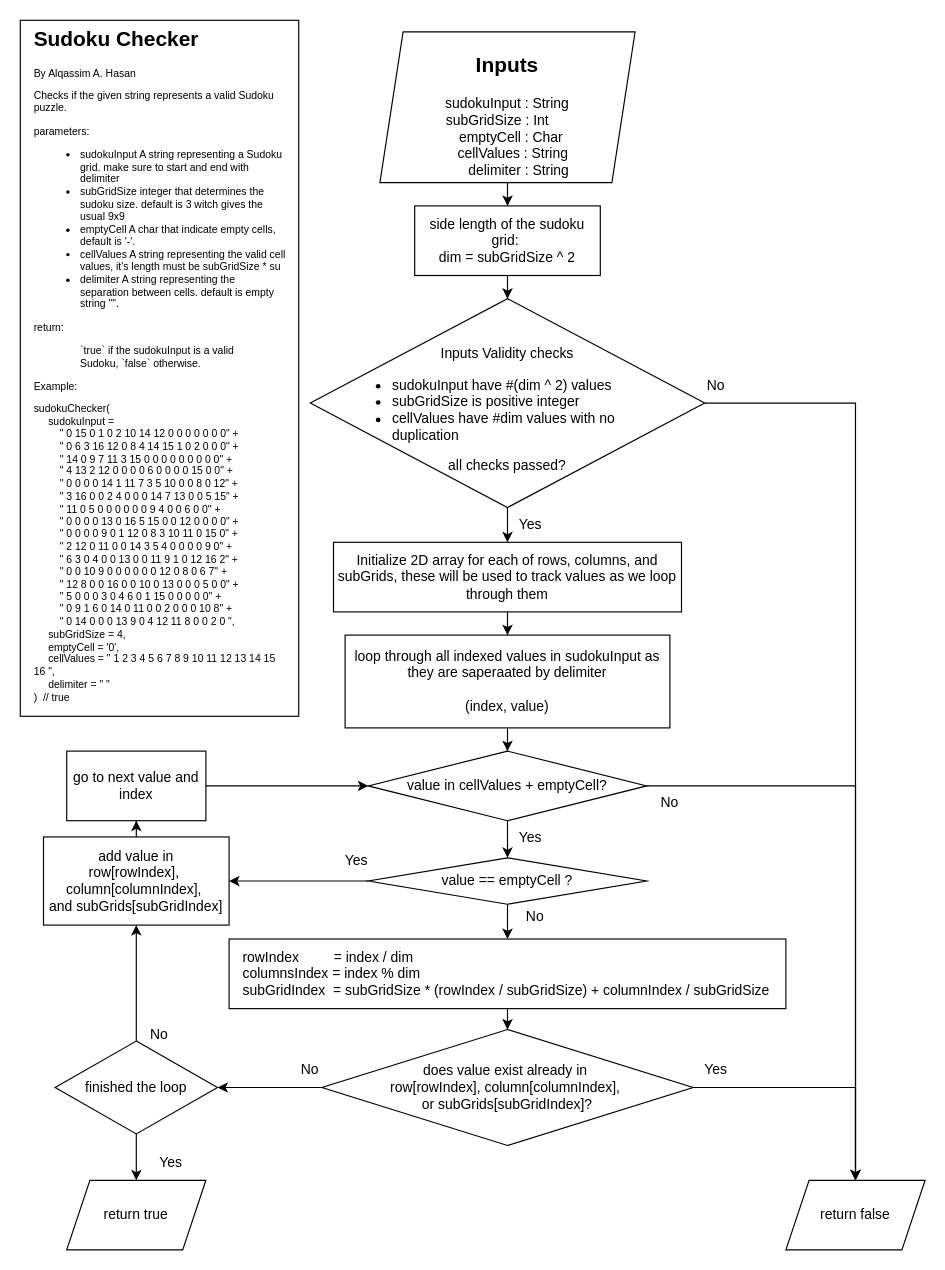
Above: src/tasks/sudokuChecker/sudokuChecker.drawio in Al-Qassim/TheChance2025 (draw.io), before the change. Source tidied: cells renumbered, new cells numbered last; positions are measured from the earlier drawing's top-left corner, leaving out a move shared by most shapes. Both pictures are drawn from the tidied source at 116%, with x=0, y=0 at pixel (20, 20).
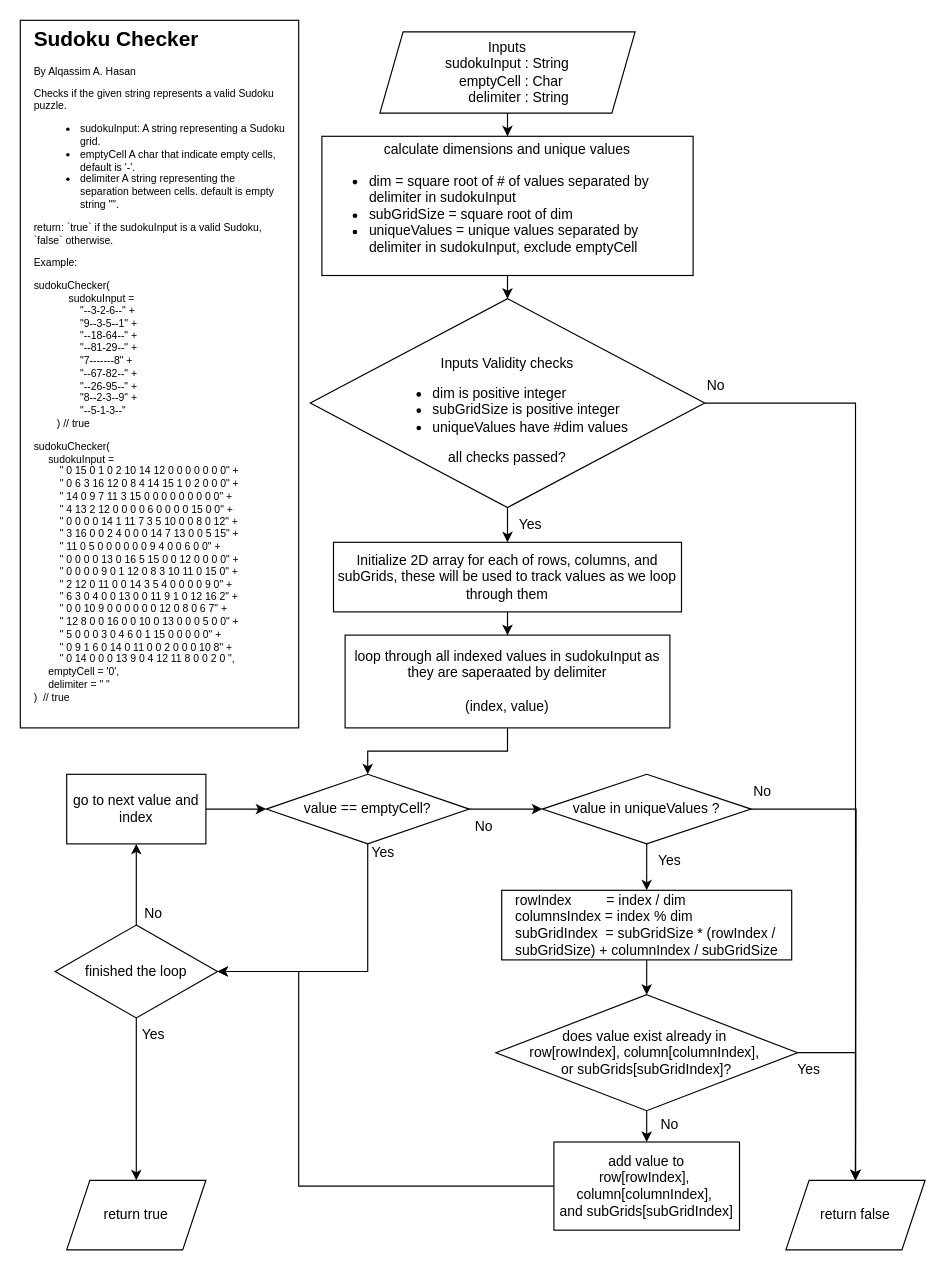
Above is the later version.

Commit message (it also covers changes not shown here):
made sudokuChecker more dynamic

The change refers to these unchanged cells:
```xml
<mxCell id="10" value="return false" style="shape=parallelogram;perimeter=parallelogramPerimeter;whiteSpace=wrap;html=1;fixedSize=1;" parent="1" vertex="1">
  <mxGeometry x="660" y="1000" width="120" height="60" as="geometry" />
</mxCell>
<mxCell id="42" value="return true" style="shape=parallelogram;perimeter=parallelogramPerimeter;whiteSpace=wrap;html=1;fixedSize=1;" parent="1" vertex="1">
  <mxGeometry x="40" y="1000" width="120" height="60" as="geometry" />
</mxCell>
```

The edit, as a diff of the source:
```diff
@@
-    <mxCell id="3" value="&lt;h2 align=&quot;center&quot;&gt;Inputs&lt;/h2&gt;&lt;div&gt;sudokuInput : String &lt;br&gt;subGridSize : Int&amp;nbsp;&amp;nbsp;&amp;nbsp;&amp;nbsp;&amp;nbsp; &lt;br&gt;&amp;nbsp; emptyCell : Char &lt;br&gt;&amp;nbsp;&amp;nbsp; cellValues : String &lt;br&gt;&amp;nbsp;&amp;nbsp;&amp;nbsp;&amp;nbsp;&amp;nbsp; delimiter : String &lt;br&gt;&lt;/div&gt;" style="shape=parallelogram;perimeter=parallelogramPerimeter;whiteSpace=wrap;html=1;fixedSize=1;" parent="1" vertex="1">
-      <mxGeometry x="310" y="10" width="220" height="130" as="geometry" />
+    <mxCell id="3" value="&lt;div&gt;Inputs&lt;br&gt;sudokuInput : String&lt;br&gt;&amp;nbsp; emptyCell : Char &lt;br&gt;&amp;nbsp;&amp;nbsp;&amp;nbsp;&amp;nbsp;&amp;nbsp; delimiter : String &lt;br&gt;&lt;/div&gt;" style="shape=parallelogram;perimeter=parallelogramPerimeter;whiteSpace=wrap;html=1;fixedSize=1;" parent="1" vertex="1">
+      <mxGeometry x="310" y="10" width="220" height="70" as="geometry" />
     </mxCell>
-    <mxCell id="4" value="&lt;h1 style=&quot;margin-top: 0px;&quot;&gt;Sudoku Checker&lt;/h1&gt;&lt;p&gt;By Alqassim A. Hasan&lt;/p&gt;&lt;p&gt;Checks if the given string represents a valid Sudoku puzzle.&lt;/p&gt;&lt;p&gt;parameters:&amp;nbsp;&lt;/p&gt;&lt;ul&gt;&lt;li&gt;sudokuInput A string representing a Sudoku grid. make sure to start and end with delimiter&lt;/li&gt;&lt;li&gt;subGridSize integer that determines the sudoku size. default is 3 witch gives the usual 9x9 &lt;/li&gt;&lt;li&gt;emptyCell A char that indicate empty cells, default is '-'.&lt;/li&gt;&lt;li&gt;cellValues A string representing the valid cell values, it's length must be subGridSize * su&lt;/li&gt;&lt;li&gt;delimiter A string representing the separation between cells. default is empty string &quot;&quot;.&lt;/li&gt;&lt;/ul&gt;&lt;p&gt;return:&amp;nbsp;&lt;/p&gt;&lt;blockquote&gt;&lt;p&gt;`true` if the sudokuInput is a valid Sudoku, `false` otherwise.&lt;br&gt;&lt;/p&gt;&lt;/blockquote&gt;&lt;p&gt;Example:&lt;/p&gt;&lt;p&gt;sudokuChecker(&lt;br&gt;&amp;nbsp;&amp;nbsp;&amp;nbsp;&amp;nbsp; sudokuInput =&lt;br&gt;&amp;nbsp;&amp;nbsp;&amp;nbsp;&amp;nbsp;&amp;nbsp;&amp;nbsp;&amp;nbsp;&amp;nbsp; &quot; 0 15 0 1 0 2 10 14 12 0 0 0 0 0 0 0&quot; +&lt;br&gt;&amp;nbsp;&amp;nbsp;&amp;nbsp;&amp;nbsp;&amp;nbsp;&amp;nbsp;&amp;nbsp;&amp;nbsp; &quot; 0 6 3 16 12 0 8 4 14 15 1 0 2 0 0 0&quot; +&lt;br&gt;&amp;nbsp;&amp;nbsp;&amp;nbsp;&amp;nbsp;&amp;nbsp;&amp;nbsp;&amp;nbsp;&amp;nbsp; &quot; 14 0 9 7 11 3 15 0 0 0 0 0 0 0 0 0&quot; +&lt;br&gt;&amp;nbsp;&amp;nbsp;&amp;nbsp;&amp;nbsp;&amp;nbsp;&amp;nbsp;&amp;nbsp;&amp;nbsp; &quot; 4 13 2 12 0 0 0 0 6 0 0 0 0 15 0 0&quot; +&lt;br&gt;&amp;nbsp;&amp;nbsp;&amp;nbsp;&amp;nbsp;&amp;nbsp;&amp;nbsp;&amp;nbsp;&amp;nbsp; &quot; 0 0 0 0 14 1 11 7 3 5 10 0 0 8 0 12&quot; +&lt;br&gt;&amp;nbsp;&amp;nbsp;&amp;nbsp;&amp;nbsp;&amp;nbsp;&amp;nbsp;&amp;nbsp;&amp;nbsp; &quot; 3 16 0 0 2 4 0 0 0 14 7 13 0 0 5 15&quot; +&lt;br&gt;&amp;nbsp;&amp;nbsp;&amp;nbsp;&amp;nbsp;&amp;nbsp;&amp;nbsp;&amp;nbsp;&amp;nbsp; &quot; 11 0 5 0 0 0 0 0 0 9 4 0 0 6 0 0&quot; +&lt;br&gt;&amp;nbsp;&amp;nbsp;&amp;nbsp;&amp;nbsp;&amp;nbsp;&amp;nbsp;&amp;nbsp;&amp;nbsp; &quot; 0 0 0 0 13 0 16 5 15 0 0 12 0 0 0 0&quot; +&lt;br&gt;&amp;nbsp;&amp;nbsp;&amp;nbsp;&amp;nbsp;&amp;nbsp;&amp;nbsp;&amp;nbsp;&amp;nbsp; &quot; 0 0 0 0 9 0 1 12 0 8 3 10 11 0 15 0&quot; +&lt;br&gt;&amp;nbsp;&amp;nbsp;&amp;nbsp;&amp;nbsp;&amp;nbsp;&amp;nbsp;&amp;nbsp;&amp;nbsp; &quot; 2 12 0 11 0 0 14 3 5 4 0 0 0 0 9 0&quot; +&lt;br&gt;&amp;nbsp;&amp;nbsp;&amp;nbsp;&amp;nbsp;&amp;nbsp;&amp;nbsp;&amp;nbsp;&amp;nbsp; &quot; 6 3 0 4 0 0 13 0 0 11 9 1 0 12 16 2&quot; +&lt;br&gt;&amp;nbsp;&amp;nbsp;&amp;nbsp;&amp;nbsp;&amp;nbsp;&amp;nbsp;&amp;nbsp;&amp;nbsp; &quot; 0 0 10 9 0 0 0 0 0 0 12 0 8 0 6 7&quot; +&lt;br&gt;&amp;nbsp;&amp;nbsp;&amp;nbsp;&amp;nbsp;&amp;nbsp;&amp;nbsp;&amp;nbsp;&amp;nbsp; &quot; 12 8 0 0 16 0 0 10 0 13 0 0 0 5 0 0&quot; +&lt;br&gt;&amp;nbsp;&amp;nbsp;&amp;nbsp;&amp;nbsp;&amp;nbsp;&amp;nbsp;&amp;nbsp;&amp;nbsp; &quot; 5 0 0 0 3 0 4 6 0 1 15 0 0 0 0 0&quot; +&lt;br&gt;&amp;nbsp;&amp;nbsp;&amp;nbsp;&amp;nbsp;&amp;nbsp;&amp;nbsp;&amp;nbsp;&amp;nbsp; &quot; 0 9 1 6 0 14 0 11 0 0 2 0 0 0 10 8&quot; +&lt;br&gt;&amp;nbsp;&amp;nbsp;&amp;nbsp;&amp;nbsp;&amp;nbsp;&amp;nbsp;&amp;nbsp;&amp;nbsp; &quot; 0 14 0 0 0 13 9 0 4 12 11 8 0 0 2 0 &quot;,&lt;br&gt;&amp;nbsp;&amp;nbsp;&amp;nbsp;&amp;nbsp; subGridSize = 4,&lt;br&gt;&amp;nbsp;&amp;nbsp;&amp;nbsp;&amp;nbsp; emptyCell = '0',&lt;br&gt;&amp;nbsp;&amp;nbsp;&amp;nbsp;&amp;nbsp; cellValues = &quot; 1 2 3 4 5 6 7 8 9 10 11 12 13 14 15 16 &quot;,&lt;br&gt;&amp;nbsp;&amp;nbsp;&amp;nbsp;&amp;nbsp; delimiter = &quot; &quot;&lt;br&gt;)&amp;nbsp; // true&lt;/p&gt;" style="text;html=1;whiteSpace=wrap;overflow=hidden;rounded=0;fillColor=default;strokeColor=default;spacingLeft=10;spacingRight=10;fontSize=9;" parent="1" vertex="1">
-      <mxGeometry width="240" height="600" as="geometry" />
+    <mxCell id="4" value="&lt;h1 style=&quot;margin-top: 0px;&quot;&gt;Sudoku Checker&lt;/h1&gt;&lt;p style=&quot;line-height: 100%;&quot;&gt;By Alqassim A. Hasan&lt;/p&gt;&lt;p&gt;Checks if the given string represents a valid Sudoku puzzle.&lt;/p&gt;&lt;ul&gt;&lt;li&gt;sudokuInput: A string representing a Sudoku grid.&lt;/li&gt;&lt;li&gt;emptyCell A char that indicate empty cells, default is '-'.&lt;/li&gt;&lt;li&gt;delimiter A string representing the separation between cells. default is empty string &quot;&quot;.&lt;/li&gt;&lt;/ul&gt;&lt;p&gt;return: `true` if the sudokuInput is a valid Sudoku, `false` otherwise.&lt;br&gt;&lt;/p&gt;&lt;p&gt;Example:&lt;/p&gt;&lt;p&gt;sudokuChecker(&lt;br&gt;&amp;nbsp;&amp;nbsp;&amp;nbsp;&amp;nbsp;&amp;nbsp;&amp;nbsp;&amp;nbsp;&amp;nbsp;&amp;nbsp;&amp;nbsp;&amp;nbsp; sudokuInput =&lt;br&gt;&amp;nbsp;&amp;nbsp;&amp;nbsp;&amp;nbsp;&amp;nbsp;&amp;nbsp;&amp;nbsp;&amp;nbsp;&amp;nbsp;&amp;nbsp;&amp;nbsp;&amp;nbsp;&amp;nbsp;&amp;nbsp;&amp;nbsp; &quot;--3-2-6--&quot; +&lt;br&gt;&amp;nbsp;&amp;nbsp;&amp;nbsp;&amp;nbsp;&amp;nbsp;&amp;nbsp;&amp;nbsp;&amp;nbsp;&amp;nbsp;&amp;nbsp;&amp;nbsp;&amp;nbsp;&amp;nbsp;&amp;nbsp;&amp;nbsp; &quot;9--3-5--1&quot; +&lt;br&gt;&amp;nbsp;&amp;nbsp;&amp;nbsp;&amp;nbsp;&amp;nbsp;&amp;nbsp;&amp;nbsp;&amp;nbsp;&amp;nbsp;&amp;nbsp;&amp;nbsp;&amp;nbsp;&amp;nbsp;&amp;nbsp;&amp;nbsp; &quot;--18-64--&quot; +&lt;br&gt;&amp;nbsp;&amp;nbsp;&amp;nbsp;&amp;nbsp;&amp;nbsp;&amp;nbsp;&amp;nbsp;&amp;nbsp;&amp;nbsp;&amp;nbsp;&amp;nbsp;&amp;nbsp;&amp;nbsp;&amp;nbsp;&amp;nbsp; &quot;--81-29--&quot; +&lt;br&gt;&amp;nbsp;&amp;nbsp;&amp;nbsp;&amp;nbsp;&amp;nbsp;&amp;nbsp;&amp;nbsp;&amp;nbsp;&amp;nbsp;&amp;nbsp;&amp;nbsp;&amp;nbsp;&amp;nbsp;&amp;nbsp;&amp;nbsp; &quot;7-------8&quot; +&lt;br&gt;&amp;nbsp;&amp;nbsp;&amp;nbsp;&amp;nbsp;&amp;nbsp;&amp;nbsp;&amp;nbsp;&amp;nbsp;&amp;nbsp;&amp;nbsp;&amp;nbsp;&amp;nbsp;&amp;nbsp;&amp;nbsp;&amp;nbsp; &quot;--67-82--&quot; +&lt;br&gt;&amp;nbsp;&amp;nbsp;&amp;nbsp;&amp;nbsp;&amp;nbsp;&amp;nbsp;&amp;nbsp;&amp;nbsp;&amp;nbsp;&amp;nbsp;&amp;nbsp;&amp;nbsp;&amp;nbsp;&amp;nbsp;&amp;nbsp; &quot;--26-95--&quot; +&lt;br&gt;&amp;nbsp;&amp;nbsp;&amp;nbsp;&amp;nbsp;&amp;nbsp;&amp;nbsp;&amp;nbsp;&amp;nbsp;&amp;nbsp;&amp;nbsp;&amp;nbsp;&amp;nbsp;&amp;nbsp;&amp;nbsp;&amp;nbsp; &quot;8--2-3--9&quot; +&lt;br&gt;&amp;nbsp;&amp;nbsp;&amp;nbsp;&amp;nbsp;&amp;nbsp;&amp;nbsp;&amp;nbsp;&amp;nbsp;&amp;nbsp;&amp;nbsp;&amp;nbsp;&amp;nbsp;&amp;nbsp;&amp;nbsp;&amp;nbsp; &quot;--5-1-3--&quot;&lt;br&gt;&amp;nbsp;&amp;nbsp;&amp;nbsp;&amp;nbsp;&amp;nbsp;&amp;nbsp;&amp;nbsp; ) // true&lt;/p&gt;&lt;p&gt;sudokuChecker(&lt;br&gt;&amp;nbsp;&amp;nbsp;&amp;nbsp;&amp;nbsp; sudokuInput =&lt;br&gt;&amp;nbsp;&amp;nbsp;&amp;nbsp;&amp;nbsp;&amp;nbsp;&amp;nbsp;&amp;nbsp;&amp;nbsp; &quot; 0 15 0 1 0 2 10 14 12 0 0 0 0 0 0 0&quot; +&lt;br&gt;&amp;nbsp;&amp;nbsp;&amp;nbsp;&amp;nbsp;&amp;nbsp;&amp;nbsp;&amp;nbsp;&amp;nbsp; &quot; 0 6 3 16 12 0 8 4 14 15 1 0 2 0 0 0&quot; +&lt;br&gt;&amp;nbsp;&amp;nbsp;&amp;nbsp;&amp;nbsp;&amp;nbsp;&amp;nbsp;&amp;nbsp;&amp;nbsp; &quot; 14 0 9 7 11 3 15 0 0 0 0 0 0 0 0 0&quot; +&lt;br&gt;&amp;nbsp;&amp;nbsp;&amp;nbsp;&amp;nbsp;&amp;nbsp;&amp;nbsp;&amp;nbsp;&amp;nbsp; &quot; 4 13 2 12 0 0 0 0 6 0 0 0 0 15 0 0&quot; +&lt;br&gt;&amp;nbsp;&amp;nbsp;&amp;nbsp;&amp;nbsp;&amp;nbsp;&amp;nbsp;&amp;nbsp;&amp;nbsp; &quot; 0 0 0 0 14 1 11 7 3 5 10 0 0 8 0 12&quot; +&lt;br&gt;&amp;nbsp;&amp;nbsp;&amp;nbsp;&amp;nbsp;&amp;nbsp;&amp;nbsp;&amp;nbsp;&amp;nbsp; &quot; 3 16 0 0 2 4 0 0 0 14 7 13 0 0 5 15&quot; +&lt;br&gt;&amp;nbsp;&amp;nbsp;&amp;nbsp;&amp;nbsp;&amp;nbsp;&amp;nbsp;&amp;nbsp;&amp;nbsp; &quot; 11 0 5 0 0 0 0 0 0 9 4 0 0 6 0 0&quot; +&lt;br&gt;&amp;nbsp;&amp;nbsp;&amp;nbsp;&amp;nbsp;&amp;nbsp;&amp;nbsp;&amp;nbsp;&amp;nbsp; &quot; 0 0 0 0 13 0 16 5 15 0 0 12 0 0 0 0&quot; +&lt;br&gt;&amp;nbsp;&amp;nbsp;&amp;nbsp;&amp;nbsp;&amp;nbsp;&amp;nbsp;&amp;nbsp;&amp;nbsp; &quot; 0 0 0 0 9 0 1 12 0 8 3 10 11 0 15 0&quot; +&lt;br&gt;&amp;nbsp;&amp;nbsp;&amp;nbsp;&amp;nbsp;&amp;nbsp;&amp;nbsp;&amp;nbsp;&amp;nbsp; &quot; 2 12 0 11 0 0 14 3 5 4 0 0 0 0 9 0&quot; +&lt;br&gt;&amp;nbsp;&amp;nbsp;&amp;nbsp;&amp;nbsp;&amp;nbsp;&amp;nbsp;&amp;nbsp;&amp;nbsp; &quot; 6 3 0 4 0 0 13 0 0 11 9 1 0 12 16 2&quot; +&lt;br&gt;&amp;nbsp;&amp;nbsp;&amp;nbsp;&amp;nbsp;&amp;nbsp;&amp;nbsp;&amp;nbsp;&amp;nbsp; &quot; 0 0 10 9 0 0 0 0 0 0 12 0 8 0 6 7&quot; +&lt;br&gt;&amp;nbsp;&amp;nbsp;&amp;nbsp;&amp;nbsp;&amp;nbsp;&amp;nbsp;&amp;nbsp;&amp;nbsp; &quot; 12 8 0 0 16 0 0 10 0 13 0 0 0 5 0 0&quot; +&lt;br&gt;&amp;nbsp;&amp;nbsp;&amp;nbsp;&amp;nbsp;&amp;nbsp;&amp;nbsp;&amp;nbsp;&amp;nbsp; &quot; 5 0 0 0 3 0 4 6 0 1 15 0 0 0 0 0&quot; +&lt;br&gt;&amp;nbsp;&amp;nbsp;&amp;nbsp;&amp;nbsp;&amp;nbsp;&amp;nbsp;&amp;nbsp;&amp;nbsp; &quot; 0 9 1 6 0 14 0 11 0 0 2 0 0 0 10 8&quot; +&lt;br&gt;&amp;nbsp;&amp;nbsp;&amp;nbsp;&amp;nbsp;&amp;nbsp;&amp;nbsp;&amp;nbsp;&amp;nbsp; &quot; 0 14 0 0 0 13 9 0 4 12 11 8 0 0 2 0 &quot;,&lt;br&gt;&amp;nbsp;&amp;nbsp;&amp;nbsp;&amp;nbsp; emptyCell = '0',&lt;br&gt;&amp;nbsp;&amp;nbsp;&amp;nbsp;&amp;nbsp; delimiter = &quot; &quot;&lt;br&gt;)&amp;nbsp; // true&lt;/p&gt;" style="text;html=1;whiteSpace=wrap;overflow=hidden;rounded=0;fillColor=default;strokeColor=default;spacingLeft=10;spacingRight=10;fontSize=9;" parent="1" vertex="1">
+      <mxGeometry width="240" height="610" as="geometry" />
     </mxCell>
@@
-    <mxCell id="6" value="&lt;div&gt;side length of the sudoku grid:&amp;nbsp;&lt;/div&gt;&lt;div&gt;dim = subGridSize ^ 2&lt;/div&gt;" style="whiteSpace=wrap;html=1;" parent="1" vertex="1">
-      <mxGeometry x="340" y="160" width="160" height="60" as="geometry" />
+    <mxCell id="6" value="&lt;div&gt;calculate dimensions and unique values &lt;br&gt;&lt;/div&gt;&lt;div align=&quot;left&quot;&gt;&lt;ul&gt;&lt;li&gt;dim = square root of # of values separated by delimiter in sudokuInput&amp;nbsp;&lt;/li&gt;&lt;li&gt;subGridSize = square root of dim&lt;/li&gt;&lt;li&gt;uniqueValues = unique values separated by delimiter in sudokuInput, exclude emptyCell &lt;br&gt;&lt;/li&gt;&lt;/ul&gt;&lt;/div&gt;" style="whiteSpace=wrap;html=1;" parent="1" vertex="1">
+      <mxGeometry x="260" y="100" width="320" height="120" as="geometry" />
     </mxCell>
@@
-    <mxCell id="9" value="&lt;blockquote&gt;Inputs Validity checks&lt;/blockquote&gt;&lt;div align=&quot;left&quot;&gt;&lt;ul&gt;&lt;li&gt;sudokuInput have #(dim ^ 2) values&lt;/li&gt;&lt;li&gt;subGridSize is positive integer&lt;/li&gt;&lt;li&gt;cellValues have #dim values with no duplication &lt;/li&gt;&lt;/ul&gt;&lt;/div&gt;&lt;div&gt;all checks passed?&lt;/div&gt;" style="rhombus;whiteSpace=wrap;html=1;spacingRight=30;spacingLeft=30;" parent="1" vertex="1">
+    <mxCell id="9" value="&lt;blockquote&gt;Inputs Validity checks&lt;/blockquote&gt;&lt;div align=&quot;left&quot;&gt;&lt;ul&gt;&lt;li&gt;dim is positive integer&lt;/li&gt;&lt;li&gt;subGridSize is positive integer&lt;/li&gt;&lt;li&gt;uniqueValues have #dim values &lt;/li&gt;&lt;/ul&gt;&lt;/div&gt;&lt;div&gt;all checks passed?&lt;/div&gt;" style="rhombus;whiteSpace=wrap;html=1;spacingRight=30;spacingLeft=30;" parent="1" vertex="1">
       <mxGeometry x="250" y="240" width="340" height="180" as="geometry" />
     </mxCell>
@@
     <mxCell id="18" value="&lt;div&gt;rowIndex&amp;nbsp;&amp;nbsp;&amp;nbsp;&amp;nbsp;&amp;nbsp;&amp;nbsp;&amp;nbsp;&amp;nbsp; = index / dim&amp;nbsp;&lt;/div&gt;&lt;div&gt;columnsIndex = index % dim &lt;br&gt;&lt;/div&gt;&lt;div&gt;subGridIndex&amp;nbsp; = subGridSize * (rowIndex / subGridSize) + columnIndex / subGridSize&lt;/div&gt;" style="whiteSpace=wrap;html=1;spacingRight=10;spacingLeft=10;align=left;" parent="1" vertex="1">
-      <mxGeometry x="180" y="792" width="480" height="60" as="geometry" />
+      <mxGeometry x="415" y="750" width="250" height="60" as="geometry" />
     </mxCell>
-    <mxCell id="19" style="edgeStyle=orthogonalEdgeStyle;rounded=0;jettySize=auto;html=1;entryX=0.5;entryY=0;entryDx=0;entryDy=0;" parent="1" edge="1" source="21" target="10">
-      <mxGeometry relative="1" as="geometry" />
-    </mxCell>
+    <mxCell id="44" style="edgeStyle=orthogonalEdgeStyle;rounded=0;jettySize=auto;html=1;entryX=1;entryY=0.5;entryDx=0;entryDy=0;" parent="1" edge="1" source="21" target="40">
+      <mxGeometry relative="1" as="geometry">
+        <Array as="points">
+          <mxPoint x="300" y="820" />
+        </Array>
+      </mxGeometry>
+    </mxCell>
-    <mxCell id="20" style="edgeStyle=orthogonalEdgeStyle;rounded=0;jettySize=auto;html=1;" parent="1" edge="1" source="21" target="24">
+    <mxCell id="20" style="edgeStyle=orthogonalEdgeStyle;rounded=0;jettySize=auto;html=1;entryX=0;entryY=0.5;entryDx=0;entryDy=0;" parent="1" edge="1" source="21" target="24">
       <mxGeometry relative="1" as="geometry" />
     </mxCell>
-    <mxCell id="21" value="value in cellValues + emptyCell?" style="rhombus;whiteSpace=wrap;html=1;spacingRight=0;spacingLeft=0;" parent="1" vertex="1">
-      <mxGeometry x="300" y="630" width="240" height="60" as="geometry" />
+    <mxCell id="21" value="value == emptyCell?" style="rhombus;whiteSpace=wrap;html=1;spacingRight=0;spacingLeft=0;" parent="1" vertex="1">
+      <mxGeometry x="212" y="650" width="175" height="60" as="geometry" />
     </mxCell>
-    <mxCell id="22" style="edgeStyle=orthogonalEdgeStyle;rounded=0;jettySize=auto;html=1;" parent="1" edge="1" source="24" target="26">
-      <mxGeometry relative="1" as="geometry" />
-    </mxCell>
+    <mxCell id="45" style="edgeStyle=orthogonalEdgeStyle;rounded=0;jettySize=auto;html=1;" parent="1" edge="1" source="24">
+      <mxGeometry relative="1" as="geometry">
+        <mxPoint x="720" y="1000" as="targetPoint" />
+      </mxGeometry>
+    </mxCell>
     <mxCell id="23" style="edgeStyle=orthogonalEdgeStyle;rounded=0;jettySize=auto;html=1;" parent="1" edge="1" source="24" target="18">
-      <mxGeometry relative="1" as="geometry" />
+      <mxGeometry relative="1" as="geometry">
+        <Array as="points">
+          <mxPoint x="540" y="770" />
+          <mxPoint x="540" y="770" />
+        </Array>
+      </mxGeometry>
     </mxCell>
-    <mxCell id="24" value="value == emptyCell ?" style="rhombus;whiteSpace=wrap;html=1;spacingRight=0;spacingLeft=0;" parent="1" vertex="1">
-      <mxGeometry x="300" y="722" width="240" height="40" as="geometry" />
+    <mxCell id="24" value="value in uniqueValues ?" style="rhombus;whiteSpace=wrap;html=1;spacingRight=0;spacingLeft=0;" parent="1" vertex="1">
+      <mxGeometry x="450" y="650" width="180" height="60" as="geometry" />
     </mxCell>
-    <mxCell id="25" style="edgeStyle=orthogonalEdgeStyle;rounded=0;jettySize=auto;html=1;" parent="1" edge="1" source="26" target="31">
-      <mxGeometry relative="1" as="geometry" />
-    </mxCell>
+    <mxCell id="46" style="edgeStyle=orthogonalEdgeStyle;rounded=0;jettySize=auto;html=1;entryX=1;entryY=0.5;entryDx=0;entryDy=0;" parent="1" edge="1" source="26" target="40">
+      <mxGeometry relative="1" as="geometry">
+        <Array as="points">
+          <mxPoint x="240" y="1005" />
+          <mxPoint x="240" y="820" />
+        </Array>
+      </mxGeometry>
+    </mxCell>
-    <mxCell id="26" value="&lt;div&gt;add value in &lt;div align=&quot;center&quot;&gt;row[rowIndex],&amp;nbsp;&lt;/div&gt;&lt;div align=&quot;center&quot;&gt;column[columnIndex],&amp;nbsp;&lt;/div&gt;&lt;div align=&quot;center&quot;&gt;and subGrids[subGridIndex]&lt;/div&gt;&lt;/div&gt;" style="whiteSpace=wrap;html=1;spacingRight=0;spacingLeft=0;" parent="1" vertex="1">
-      <mxGeometry x="20" y="704" width="160" height="76" as="geometry" />
+    <mxCell id="26" value="&lt;div&gt;add value to &lt;div align=&quot;center&quot;&gt;row[rowIndex],&amp;nbsp;&lt;/div&gt;&lt;div align=&quot;center&quot;&gt;column[columnIndex],&amp;nbsp;&lt;/div&gt;&lt;div align=&quot;center&quot;&gt;and subGrids[subGridIndex]&lt;/div&gt;&lt;/div&gt;" style="whiteSpace=wrap;html=1;spacingRight=0;spacingLeft=0;" parent="1" vertex="1">
+      <mxGeometry x="460" y="967" width="160" height="76" as="geometry" />
     </mxCell>
     <mxCell id="27" style="edgeStyle=orthogonalEdgeStyle;rounded=0;jettySize=auto;html=1;entryX=0.5;entryY=0;entryDx=0;entryDy=0;" parent="1" edge="1" source="29" target="10">
-      <mxGeometry relative="1" as="geometry" />
+      <mxGeometry relative="1" as="geometry">
+        <Array as="points">
+          <mxPoint x="720" y="890" />
+        </Array>
+      </mxGeometry>
     </mxCell>
-    <mxCell id="28" style="edgeStyle=orthogonalEdgeStyle;rounded=0;jettySize=auto;html=1;entryX=1;entryY=0.5;entryDx=0;entryDy=0;" parent="1" edge="1" source="29" target="40">
-      <mxGeometry relative="1" as="geometry" />
-    </mxCell>
+    <mxCell id="47" style="edgeStyle=orthogonalEdgeStyle;rounded=0;jettySize=auto;html=1;entryX=0.5;entryY=0;entryDx=0;entryDy=0;" parent="1" edge="1" source="29" target="26">
+      <mxGeometry relative="1" as="geometry" />
+    </mxCell>
     <mxCell id="29" value="&lt;div align=&quot;center&quot;&gt;does value exist&amp;nbsp;already in&amp;nbsp;&lt;/div&gt;&lt;div align=&quot;center&quot;&gt;row[rowIndex], column[columnIndex],&amp;nbsp;&lt;/div&gt;&lt;div align=&quot;center&quot;&gt;or subGrids[subGridIndex]?&lt;/div&gt;" style="rhombus;whiteSpace=wrap;html=1;align=center;spacingRight=10;spacingLeft=10;" parent="1" vertex="1">
-      <mxGeometry x="260" y="870" width="320" height="100" as="geometry" />
+      <mxGeometry x="410" y="840" width="260" height="100" as="geometry" />
     </mxCell>
@@
     <mxCell id="31" value="go to next value and index" style="whiteSpace=wrap;html=1;spacingRight=0;spacingLeft=0;" parent="1" vertex="1">
-      <mxGeometry x="40" y="630" width="120" height="60" as="geometry" />
+      <mxGeometry x="40" y="650" width="120" height="60" as="geometry" />
     </mxCell>
     <mxCell id="32" value="Yes" style="text;html=1;align=center;verticalAlign=middle;whiteSpace=wrap;rounded=0;" parent="1" vertex="1">
-      <mxGeometry x="410" y="690" width="60" height="30" as="geometry" />
+      <mxGeometry x="530" y="710" width="60" height="30" as="geometry" />
     </mxCell>
-    <mxCell id="33" value="No" style="text;html=1;align=center;verticalAlign=middle;whiteSpace=wrap;rounded=0;" parent="1" vertex="1">
-      <mxGeometry x="530" y="660" width="60" height="30" as="geometry" />
-    </mxCell>
-    <mxCell id="34" value="Yes" style="text;html=1;align=center;verticalAlign=middle;whiteSpace=wrap;rounded=0;" parent="1" vertex="1">
-      <mxGeometry x="260" y="710" width="60" height="30" as="geometry" />
-    </mxCell>
-    <mxCell id="35" value="No" style="text;html=1;align=center;verticalAlign=middle;whiteSpace=wrap;rounded=0;" parent="1" vertex="1">
-      <mxGeometry x="414" y="758" width="60" height="30" as="geometry" />
-    </mxCell>
     <mxCell id="36" value="No" style="text;html=1;align=center;verticalAlign=middle;whiteSpace=wrap;rounded=0;" parent="1" vertex="1">
-      <mxGeometry x="220" y="890" width="60" height="30" as="geometry" />
+      <mxGeometry x="530" y="937" width="60" height="30" as="geometry" />
     </mxCell>
     <mxCell id="37" value="Yes" style="text;html=1;align=center;verticalAlign=middle;whiteSpace=wrap;rounded=0;" parent="1" vertex="1">
-      <mxGeometry x="570" y="890" width="60" height="30" as="geometry" />
+      <mxGeometry x="650" y="890" width="60" height="30" as="geometry" />
     </mxCell>
-    <mxCell id="38" style="edgeStyle=orthogonalEdgeStyle;rounded=0;jettySize=auto;html=1;entryX=0.5;entryY=1;entryDx=0;entryDy=0;" parent="1" edge="1" source="40" target="26">
-      <mxGeometry relative="1" as="geometry" />
-    </mxCell>
-    <mxCell id="39" style="edgeStyle=orthogonalEdgeStyle;rounded=0;jettySize=auto;html=1;" parent="1" edge="1" source="40" target="42">
+    <mxCell id="39" style="edgeStyle=orthogonalEdgeStyle;rounded=0;jettySize=auto;html=1;entryX=0.5;entryY=0;entryDx=0;entryDy=0;" parent="1" edge="1" source="40" target="42">
       <mxGeometry relative="1" as="geometry" />
     </mxCell>
+    <mxCell id="48" style="edgeStyle=orthogonalEdgeStyle;rounded=0;jettySize=auto;html=1;entryX=0.5;entryY=1;entryDx=0;entryDy=0;" parent="1" edge="1" source="40" target="31">
+      <mxGeometry relative="1" as="geometry" />
+    </mxCell>
     <mxCell id="40" value="finished the loop" style="rhombus;whiteSpace=wrap;html=1;" parent="1" vertex="1">
-      <mxGeometry x="30" y="880" width="140" height="80" as="geometry" />
+      <mxGeometry x="30" y="780" width="140" height="80" as="geometry" />
     </mxCell>
     <mxCell id="41" value="No" style="text;html=1;align=center;verticalAlign=middle;whiteSpace=wrap;rounded=0;" parent="1" vertex="1">
-      <mxGeometry x="90" y="860" width="60" height="30" as="geometry" />
+      <mxGeometry x="85" y="755" width="60" height="30" as="geometry" />
     </mxCell>
@@
     <mxCell id="43" value="Yes" style="text;html=1;align=center;verticalAlign=middle;whiteSpace=wrap;rounded=0;" parent="1" vertex="1">
-      <mxGeometry x="100" y="970" width="60" height="30" as="geometry" />
+      <mxGeometry x="85" y="860" width="60" height="30" as="geometry" />
     </mxCell>
+    <mxCell id="49" value="No" style="text;html=1;align=center;verticalAlign=middle;whiteSpace=wrap;rounded=0;" parent="1" vertex="1">
+      <mxGeometry x="610" y="650" width="60" height="30" as="geometry" />
+    </mxCell>
+    <mxCell id="34" value="Yes" style="text;html=1;align=center;verticalAlign=middle;whiteSpace=wrap;rounded=0;" parent="1" vertex="1">
+      <mxGeometry x="283" y="703" width="60" height="30" as="geometry" />
+    </mxCell>
+    <mxCell id="50" value="No" style="text;html=1;align=center;verticalAlign=middle;whiteSpace=wrap;rounded=0;" parent="1" vertex="1">
+      <mxGeometry x="370" y="680" width="60" height="30" as="geometry" />
+    </mxCell>
```
